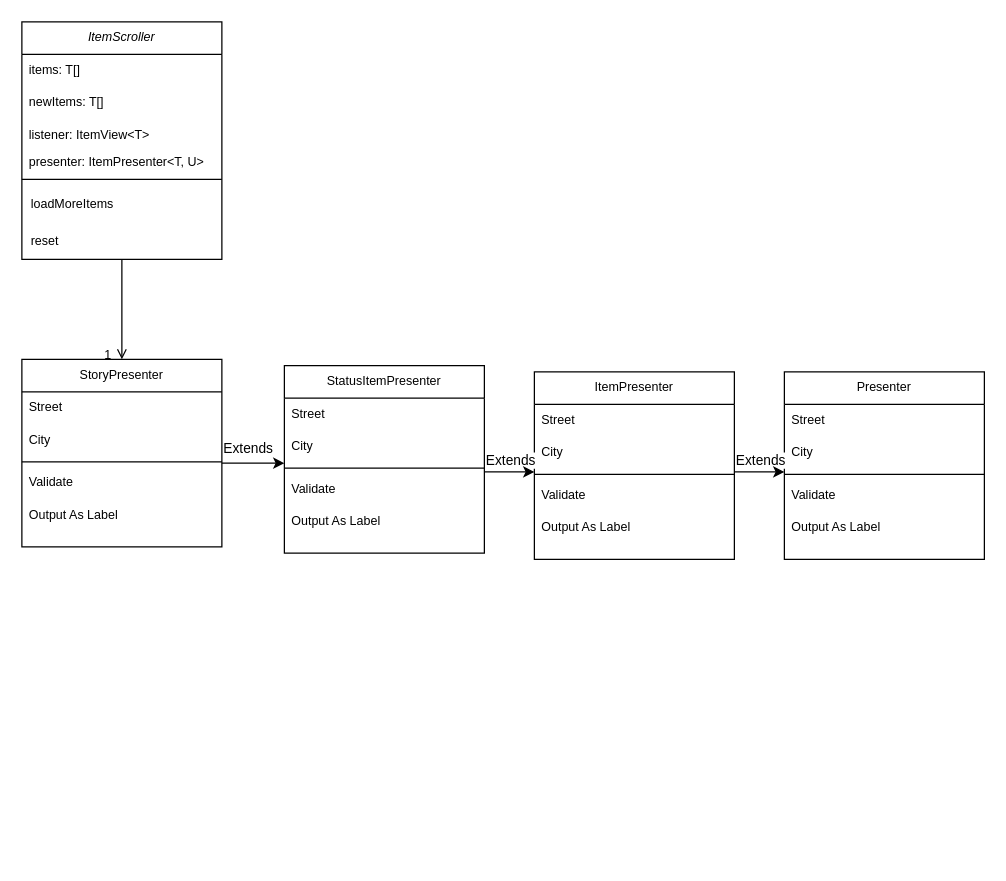
Earlier version of the draw.io diagram tweeter-web-starter/tweeter-web/Untitled Diagram.drawio (krewdreele/tweeter). Source tidied: cells renumbered, new cells numbered last; positions are measured from the earlier drawing's top-left corner, leaving out a move shared by most shapes. Both pictures are drawn from the tidied source at 125%, with x=0, y=0 at pixel (21, 21).
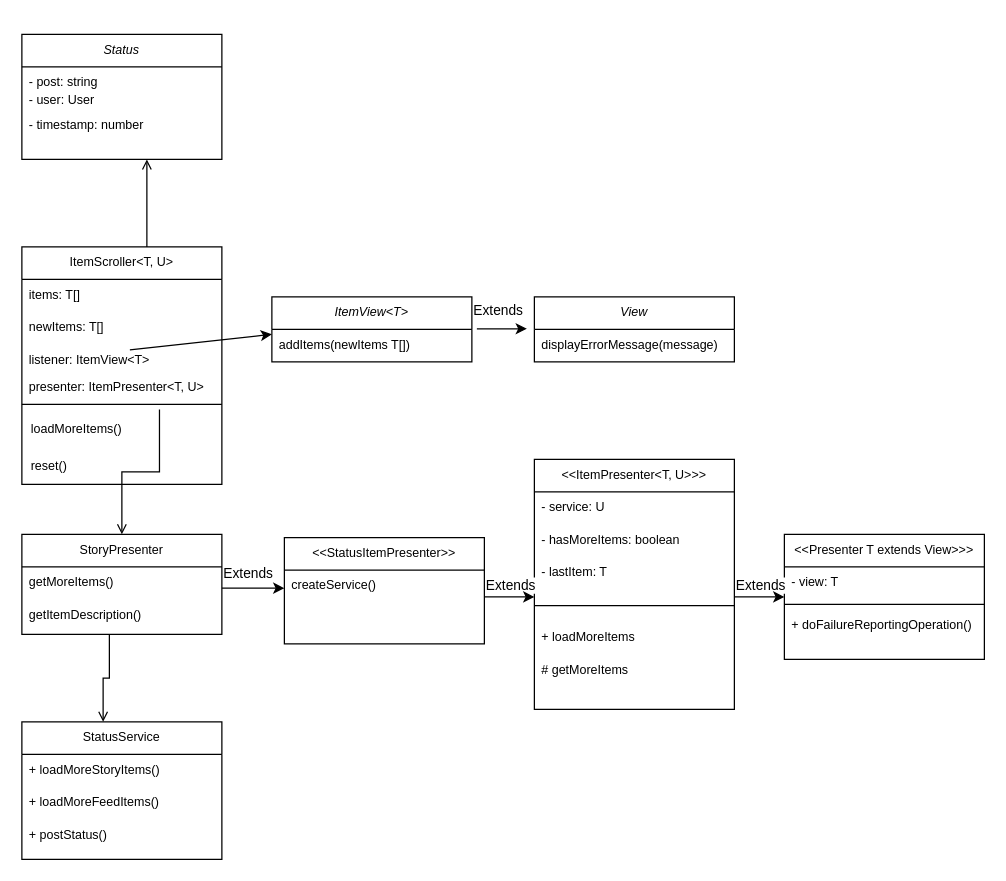
After the change.

The change refers to these unchanged cells:
```xml
<mxCell id="5" value="listener: ItemView&lt;T&gt;" style="text;align=left;verticalAlign=top;spacingLeft=4;spacingRight=4;overflow=hidden;points=[[0,0.5],[1,0.5]];portConstraint=eastwest;rounded=0;shadow=0;html=0;fontSize=10;" parent="2" vertex="1">
  <mxGeometry y="78" width="160" height="22" as="geometry" />
</mxCell>
<mxCell id="7" style="line;html=1;strokeWidth=1;align=left;verticalAlign=middle;spacingTop=-1;spacingLeft=3;spacingRight=3;labelPosition=right;points=[];portConstraint=eastwest;fontSize=10;" parent="2" vertex="1">
  <mxGeometry y="122" width="160" height="8" as="geometry" />
</mxCell>
```

The edit, as a diff of the source:
```diff
@@
-    <mxCell id="2" value="ItemScroller" style="swimlane;fontStyle=2;align=center;verticalAlign=top;horizontal=1;startSize=26;rounded=0;shadow=0;strokeWidth=1;fontSize=10;" parent="1" vertex="1">
-      <mxGeometry width="160" height="190" as="geometry" />
+    <mxCell id="2" value="ItemScroller&lt;T, U&gt;" style="swimlane;fontStyle=0;align=center;verticalAlign=top;horizontal=1;startSize=26;rounded=0;shadow=0;strokeWidth=1;fontSize=10;" parent="1" vertex="1">
+      <mxGeometry y="180" width="160" height="190" as="geometry" />
     </mxCell>
@@
-    <mxCell id="8" value="&amp;nbsp; loadMoreItems" style="text;html=1;align=left;verticalAlign=middle;strokeColor=none;fillColor=none;fontSize=10;" parent="2" vertex="1">
+    <mxCell id="8" value="&amp;nbsp; loadMoreItems()" style="text;html=1;align=left;verticalAlign=middle;strokeColor=none;fillColor=none;fontSize=10;" parent="2" vertex="1">
       <mxGeometry y="130" width="160" height="30" as="geometry" />
     </mxCell>
-    <mxCell id="9" value="&amp;nbsp; reset" style="text;html=1;align=left;verticalAlign=middle;strokeColor=none;fillColor=none;fontSize=10;" parent="2" vertex="1">
+    <mxCell id="9" value="&amp;nbsp; reset()" style="text;html=1;align=left;verticalAlign=middle;strokeColor=none;fillColor=none;fontSize=10;" parent="2" vertex="1">
       <mxGeometry y="160" width="160" height="30" as="geometry" />
     </mxCell>
     <mxCell id="10" value="StoryPresenter" style="swimlane;fontStyle=0;align=center;verticalAlign=top;horizontal=1;startSize=26;rounded=0;shadow=0;strokeWidth=1;fontSize=10;" parent="1" vertex="1">
-      <mxGeometry y="270" width="160" height="150" as="geometry" />
+      <mxGeometry y="410" width="160" height="80" as="geometry" />
     </mxCell>
-    <mxCell id="11" value="Street" style="text;align=left;verticalAlign=top;spacingLeft=4;spacingRight=4;overflow=hidden;fontSize=10;" parent="10" vertex="1">
+    <mxCell id="11" value="getMoreItems()" style="text;align=left;verticalAlign=top;spacingLeft=4;spacingRight=4;overflow=hidden;fontSize=10;" parent="10" vertex="1">
       <mxGeometry y="26" width="160" height="26" as="geometry" />
     </mxCell>
-    <mxCell id="12" value="City" style="text;align=left;verticalAlign=top;spacingLeft=4;spacingRight=4;overflow=hidden;rounded=0;shadow=0;html=0;fontSize=10;" parent="10" vertex="1">
+    <mxCell id="12" value="getItemDescription()" style="text;align=left;verticalAlign=top;spacingLeft=4;spacingRight=4;overflow=hidden;rounded=0;shadow=0;html=0;fontSize=10;" parent="10" vertex="1">
       <mxGeometry y="52" width="160" height="26" as="geometry" />
     </mxCell>
-    <mxCell id="13" style="line;html=1;strokeWidth=1;align=left;verticalAlign=middle;spacingTop=-1;spacingLeft=3;spacingRight=3;labelPosition=right;fontSize=10;" parent="10" vertex="1">
-      <mxGeometry y="78" width="160" height="8" as="geometry" />
-    </mxCell>
-    <mxCell id="14" value="Validate" style="text;align=left;verticalAlign=top;spacingLeft=4;spacingRight=4;overflow=hidden;fontSize=10;" parent="10" vertex="1">
-      <mxGeometry y="86" width="160" height="26" as="geometry" />
-    </mxCell>
-    <mxCell id="15" value="Output As Label" style="text;align=left;verticalAlign=top;spacingLeft=4;spacingRight=4;overflow=hidden;fontSize=10;" parent="10" vertex="1">
-      <mxGeometry y="112" width="160" height="26" as="geometry" />
-    </mxCell>
-    <mxCell id="16" style="endArrow=open;shadow=0;strokeWidth=1;rounded=0;curved=0;endFill=1;edgeStyle=elbowEdgeStyle;elbow=vertical;fontSize=10;" parent="1" edge="1" source="2" target="10">
+    <mxCell id="16" style="endArrow=open;shadow=0;strokeWidth=1;rounded=0;curved=0;endFill=1;edgeStyle=elbowEdgeStyle;elbow=vertical;fontSize=10;exitX=0.688;exitY=1;exitDx=0;exitDy=0;exitPerimeter=0;" parent="1" edge="1" source="7" target="10">
       <mxGeometry x="0.5" y="41" relative="1" as="geometry">
         <mxPoint x="-40" y="32" as="offset" />
       </mxGeometry>
     </mxCell>
-    <mxCell id="17" value="1" style="align=right;verticalAlign=bottom;labelBackgroundColor=none;fontSize=10;" parent="16" vertex="1">
-      <mxGeometry x="1" relative="1" as="geometry">
-        <mxPoint x="-7" y="4" as="offset" />
-      </mxGeometry>
-    </mxCell>
-    <mxCell id="18" value="StatusItemPresenter" style="swimlane;fontStyle=0;align=center;verticalAlign=top;horizontal=1;startSize=26;rounded=0;shadow=0;strokeWidth=1;fontSize=10;" parent="1" vertex="1">
-      <mxGeometry x="210" y="275" width="160" height="150" as="geometry" />
+    <mxCell id="18" value="&lt;&lt;StatusItemPresenter&gt;&gt;" style="swimlane;fontStyle=0;align=center;verticalAlign=top;horizontal=1;startSize=26;rounded=0;shadow=0;strokeWidth=1;fontSize=10;" parent="1" vertex="1">
+      <mxGeometry x="210" y="412.5" width="160" height="85" as="geometry" />
     </mxCell>
-    <mxCell id="19" value="Street" style="text;align=left;verticalAlign=top;spacingLeft=4;spacingRight=4;overflow=hidden;fontSize=10;" parent="18" vertex="1">
+    <mxCell id="19" value="createService()" style="text;align=left;verticalAlign=top;spacingLeft=4;spacingRight=4;overflow=hidden;fontSize=10;" parent="18" vertex="1">
       <mxGeometry y="26" width="160" height="26" as="geometry" />
     </mxCell>
-    <mxCell id="20" value="City" style="text;align=left;verticalAlign=top;spacingLeft=4;spacingRight=4;overflow=hidden;rounded=0;shadow=0;html=0;fontSize=10;" parent="18" vertex="1">
-      <mxGeometry y="52" width="160" height="26" as="geometry" />
-    </mxCell>
-    <mxCell id="21" style="line;html=1;strokeWidth=1;align=left;verticalAlign=middle;spacingTop=-1;spacingLeft=3;spacingRight=3;labelPosition=right;fontSize=10;" parent="18" vertex="1">
-      <mxGeometry y="78" width="160" height="8" as="geometry" />
-    </mxCell>
-    <mxCell id="22" value="Validate" style="text;align=left;verticalAlign=top;spacingLeft=4;spacingRight=4;overflow=hidden;fontSize=10;" parent="18" vertex="1">
-      <mxGeometry y="86" width="160" height="26" as="geometry" />
-    </mxCell>
-    <mxCell id="23" value="Output As Label" style="text;align=left;verticalAlign=top;spacingLeft=4;spacingRight=4;overflow=hidden;fontSize=10;" parent="18" vertex="1">
-      <mxGeometry y="112" width="160" height="26" as="geometry" />
-    </mxCell>
-    <mxCell id="24" value="ItemPresenter" style="swimlane;fontStyle=0;align=center;verticalAlign=top;horizontal=1;startSize=26;rounded=0;shadow=0;strokeWidth=1;fontSize=10;" parent="1" vertex="1">
-      <mxGeometry x="410" y="280" width="160" height="150" as="geometry" />
+    <mxCell id="24" value="&lt;&lt;ItemPresenter&lt;T, U&gt;&gt;&gt;" style="swimlane;fontStyle=0;align=center;verticalAlign=top;horizontal=1;startSize=26;rounded=0;shadow=0;strokeWidth=1;fontSize=10;" parent="1" vertex="1">
+      <mxGeometry x="410" y="350" width="160" height="200" as="geometry" />
     </mxCell>
-    <mxCell id="25" value="Street" style="text;align=left;verticalAlign=top;spacingLeft=4;spacingRight=4;overflow=hidden;fontSize=10;" parent="24" vertex="1">
+    <mxCell id="25" value="- service: U" style="text;align=left;verticalAlign=top;spacingLeft=4;spacingRight=4;overflow=hidden;fontSize=10;" parent="24" vertex="1">
       <mxGeometry y="26" width="160" height="26" as="geometry" />
     </mxCell>
-    <mxCell id="26" value="City" style="text;align=left;verticalAlign=top;spacingLeft=4;spacingRight=4;overflow=hidden;rounded=0;shadow=0;html=0;fontSize=10;" parent="24" vertex="1">
+    <mxCell id="26" value="- hasMoreItems: boolean" style="text;align=left;verticalAlign=top;spacingLeft=4;spacingRight=4;overflow=hidden;rounded=0;shadow=0;html=0;fontSize=10;" parent="24" vertex="1">
       <mxGeometry y="52" width="160" height="26" as="geometry" />
     </mxCell>
+    <mxCell id="42" value="- lastItem: T" style="text;align=left;verticalAlign=top;spacingLeft=4;spacingRight=4;overflow=hidden;rounded=0;shadow=0;html=0;fontSize=10;" parent="24" vertex="1">
+      <mxGeometry y="78" width="160" height="26" as="geometry" />
+    </mxCell>
     <mxCell id="27" style="line;html=1;strokeWidth=1;align=left;verticalAlign=middle;spacingTop=-1;spacingLeft=3;spacingRight=3;labelPosition=right;fontSize=10;" parent="24" vertex="1">
-      <mxGeometry y="78" width="160" height="8" as="geometry" />
+      <mxGeometry y="104" width="160" height="26" as="geometry" />
     </mxCell>
-    <mxCell id="28" value="Validate" style="text;align=left;verticalAlign=top;spacingLeft=4;spacingRight=4;overflow=hidden;fontSize=10;" parent="24" vertex="1">
-      <mxGeometry y="86" width="160" height="26" as="geometry" />
+    <mxCell id="28" value="+ loadMoreItems" style="text;align=left;verticalAlign=top;spacingLeft=4;spacingRight=4;overflow=hidden;fontSize=10;" parent="24" vertex="1">
+      <mxGeometry y="130" width="160" height="26" as="geometry" />
     </mxCell>
-    <mxCell id="29" value="Output As Label" style="text;align=left;verticalAlign=top;spacingLeft=4;spacingRight=4;overflow=hidden;fontSize=10;" parent="24" vertex="1">
-      <mxGeometry y="112" width="160" height="26" as="geometry" />
+    <mxCell id="29" value="# getMoreItems" style="text;align=left;verticalAlign=top;spacingLeft=4;spacingRight=4;overflow=hidden;fontSize=10;" parent="24" vertex="1">
+      <mxGeometry y="156" width="160" height="26" as="geometry" />
     </mxCell>
     <mxCell id="30" value="Extends" style="edgeLabel;html=1;align=center;verticalAlign=middle;" parent="1" vertex="1">
-      <mxGeometry x="390" y="350" as="geometry" />
+      <mxGeometry x="390" y="450" as="geometry" />
     </mxCell>
     <mxCell id="31" style="endArrow=classic;html=1;rounded=0;" parent="1" edge="1">
       <mxGeometry relative="1" as="geometry">
-        <mxPoint x="370" y="360" as="sourcePoint" />
-        <mxPoint x="410" y="360" as="targetPoint" />
+        <mxPoint x="370" y="460" as="sourcePoint" />
+        <mxPoint x="410" y="460" as="targetPoint" />
       </mxGeometry>
     </mxCell>
-    <mxCell id="32" value="Presenter" style="swimlane;fontStyle=0;align=center;verticalAlign=top;horizontal=1;startSize=26;rounded=0;shadow=0;strokeWidth=1;fontSize=10;" parent="1" vertex="1">
-      <mxGeometry x="610" y="280" width="160" height="150" as="geometry" />
+    <mxCell id="32" value="&lt;&lt;Presenter T extends View&gt;&gt;&gt;" style="swimlane;fontStyle=0;align=center;verticalAlign=top;horizontal=1;startSize=26;rounded=0;shadow=0;strokeWidth=1;fontSize=10;" parent="1" vertex="1">
+      <mxGeometry x="610" y="410" width="160" height="100" as="geometry" />
     </mxCell>
-    <mxCell id="33" value="Street" style="text;align=left;verticalAlign=top;spacingLeft=4;spacingRight=4;overflow=hidden;fontSize=10;" parent="32" vertex="1">
+    <mxCell id="33" value="- view: T" style="text;align=left;verticalAlign=top;spacingLeft=4;spacingRight=4;overflow=hidden;fontSize=10;" parent="32" vertex="1">
       <mxGeometry y="26" width="160" height="26" as="geometry" />
     </mxCell>
-    <mxCell id="34" value="City" style="text;align=left;verticalAlign=top;spacingLeft=4;spacingRight=4;overflow=hidden;rounded=0;shadow=0;html=0;fontSize=10;" parent="32" vertex="1">
-      <mxGeometry y="52" width="160" height="26" as="geometry" />
-    </mxCell>
     <mxCell id="35" style="line;html=1;strokeWidth=1;align=left;verticalAlign=middle;spacingTop=-1;spacingLeft=3;spacingRight=3;labelPosition=right;fontSize=10;" parent="32" vertex="1">
-      <mxGeometry y="78" width="160" height="8" as="geometry" />
+      <mxGeometry y="52" width="160" height="8" as="geometry" />
     </mxCell>
-    <mxCell id="36" value="Validate" style="text;align=left;verticalAlign=top;spacingLeft=4;spacingRight=4;overflow=hidden;fontSize=10;" parent="32" vertex="1">
-      <mxGeometry y="86" width="160" height="26" as="geometry" />
+    <mxCell id="36" value="+ doFailureReportingOperation()" style="text;align=left;verticalAlign=top;spacingLeft=4;spacingRight=4;overflow=hidden;fontSize=10;" parent="32" vertex="1">
+      <mxGeometry y="60" width="160" height="26" as="geometry" />
     </mxCell>
-    <mxCell id="37" value="Output As Label" style="text;align=left;verticalAlign=top;spacingLeft=4;spacingRight=4;overflow=hidden;fontSize=10;" parent="32" vertex="1">
-      <mxGeometry y="112" width="160" height="26" as="geometry" />
-    </mxCell>
     <mxCell id="38" value="Extends" style="edgeLabel;html=1;align=center;verticalAlign=middle;" parent="1" vertex="1">
-      <mxGeometry x="590" y="350" as="geometry" />
+      <mxGeometry x="590" y="450" as="geometry" />
     </mxCell>
     <mxCell id="39" style="endArrow=classic;html=1;rounded=0;exitX=0.113;exitY=0.977;exitDx=0;exitDy=0;exitPerimeter=0;" parent="1" edge="1">
       <mxGeometry relative="1" as="geometry">
-        <mxPoint x="160" y="353" as="sourcePoint" />
-        <mxPoint x="210" y="353" as="targetPoint" />
+        <mxPoint x="160" y="453" as="sourcePoint" />
+        <mxPoint x="210" y="453" as="targetPoint" />
       </mxGeometry>
     </mxCell>
     <mxCell id="40" value="Extends" style="edgeLabel;html=1;align=center;verticalAlign=middle;" parent="1" vertex="1">
-      <mxGeometry x="180" y="340" as="geometry" />
+      <mxGeometry x="180" y="440" as="geometry" />
     </mxCell>
     <mxCell id="41" style="endArrow=classic;html=1;rounded=0;" parent="1" edge="1">
       <mxGeometry relative="1" as="geometry">
-        <mxPoint x="570" y="360" as="sourcePoint" />
-        <mxPoint x="610" y="360" as="targetPoint" />
+        <mxPoint x="570" y="460" as="sourcePoint" />
+        <mxPoint x="610" y="460" as="targetPoint" />
       </mxGeometry>
     </mxCell>
+    <mxCell id="43" value="ItemView&lt;T&gt;" style="swimlane;fontStyle=2;align=center;verticalAlign=top;horizontal=1;startSize=26;rounded=0;shadow=0;strokeWidth=1;fontSize=10;" parent="1" vertex="1">
+      <mxGeometry x="200" y="220" width="160" height="52" as="geometry" />
+    </mxCell>
+    <mxCell id="44" value="addItems(newItems T[])" style="text;align=left;verticalAlign=top;spacingLeft=4;spacingRight=4;overflow=hidden;fontSize=10;" parent="43" vertex="1">
+      <mxGeometry y="26" width="160" height="26" as="geometry" />
+    </mxCell>
+    <mxCell id="45" style="endArrow=classic;html=1;rounded=0;exitX=0.54;exitY=0.2;exitDx=0;exitDy=0;exitPerimeter=0;" parent="1" edge="1" source="5">
+      <mxGeometry relative="1" as="geometry">
+        <mxPoint x="200" y="250" as="targetPoint" />
+      </mxGeometry>
+    </mxCell>
+    <mxCell id="46" value="View" style="swimlane;fontStyle=2;align=center;verticalAlign=top;horizontal=1;startSize=26;rounded=0;shadow=0;strokeWidth=1;fontSize=10;" parent="1" vertex="1">
+      <mxGeometry x="410" y="220" width="160" height="52" as="geometry" />
+    </mxCell>
+    <mxCell id="47" value="displayErrorMessage(message)" style="text;align=left;verticalAlign=top;spacingLeft=4;spacingRight=4;overflow=hidden;fontSize=10;" parent="46" vertex="1">
+      <mxGeometry y="26" width="160" height="26" as="geometry" />
+    </mxCell>
+    <mxCell id="48" style="endArrow=classic;html=1;rounded=0;exitX=1;exitY=0.692;exitDx=0;exitDy=0;exitPerimeter=0;" parent="1" edge="1">
+      <mxGeometry relative="1" as="geometry">
+        <mxPoint x="364" y="245.5" as="sourcePoint" />
+        <mxPoint x="404" y="245.5" as="targetPoint" />
+      </mxGeometry>
+    </mxCell>
+    <mxCell id="49" value="Status" style="swimlane;fontStyle=2;align=center;verticalAlign=top;horizontal=1;startSize=26;rounded=0;shadow=0;strokeWidth=1;fontSize=10;" parent="1" vertex="1">
+      <mxGeometry y="10" width="160" height="100" as="geometry" />
+    </mxCell>
+    <mxCell id="50" value="- post: string" style="text;align=left;verticalAlign=top;spacingLeft=4;spacingRight=4;overflow=hidden;fontSize=10;" parent="49" vertex="1">
+      <mxGeometry y="26" width="160" height="14" as="geometry" />
+    </mxCell>
+    <mxCell id="51" value="- user: User" style="text;align=left;verticalAlign=top;spacingLeft=4;spacingRight=4;overflow=hidden;fontSize=10;" parent="49" vertex="1">
+      <mxGeometry y="40" width="160" height="20" as="geometry" />
+    </mxCell>
+    <mxCell id="52" value="- timestamp: number" style="text;align=left;verticalAlign=top;spacingLeft=4;spacingRight=4;overflow=hidden;fontSize=10;" parent="49" vertex="1">
+      <mxGeometry y="60" width="160" height="20" as="geometry" />
+    </mxCell>
+    <mxCell id="53" value="StatusService" style="swimlane;fontStyle=0;align=center;verticalAlign=top;horizontal=1;startSize=26;rounded=0;shadow=0;strokeWidth=1;fontSize=10;" parent="1" vertex="1">
+      <mxGeometry y="560" width="160" height="110" as="geometry" />
+    </mxCell>
+    <mxCell id="54" value="+ loadMoreStoryItems()" style="text;align=left;verticalAlign=top;spacingLeft=4;spacingRight=4;overflow=hidden;fontSize=10;" parent="53" vertex="1">
+      <mxGeometry y="26" width="160" height="26" as="geometry" />
+    </mxCell>
+    <mxCell id="55" value="+ loadMoreFeedItems()" style="text;align=left;verticalAlign=top;spacingLeft=4;spacingRight=4;overflow=hidden;fontSize=10;" parent="53" vertex="1">
+      <mxGeometry y="52" width="160" height="26" as="geometry" />
+    </mxCell>
+    <mxCell id="56" value="+ postStatus()" style="text;align=left;verticalAlign=top;spacingLeft=4;spacingRight=4;overflow=hidden;fontSize=10;" parent="53" vertex="1">
+      <mxGeometry y="78" width="160" height="26" as="geometry" />
+    </mxCell>
+    <mxCell id="57" style="endArrow=open;shadow=0;strokeWidth=1;rounded=0;curved=0;endFill=1;edgeStyle=elbowEdgeStyle;elbow=vertical;fontSize=10;" parent="1" edge="1">
+      <mxGeometry x="0.5" y="41" relative="1" as="geometry">
+        <mxPoint x="70" y="490" as="sourcePoint" />
+        <mxPoint x="65" y="560" as="targetPoint" />
+        <mxPoint x="-40" y="32" as="offset" />
+      </mxGeometry>
+    </mxCell>
+    <mxCell id="58" style="endArrow=open;shadow=0;strokeWidth=1;rounded=0;curved=0;endFill=1;edgeStyle=elbowEdgeStyle;elbow=vertical;fontSize=10;exitX=0.625;exitY=0;exitDx=0;exitDy=0;exitPerimeter=0;" parent="1" edge="1" source="2">
+      <mxGeometry x="0.5" y="41" relative="1" as="geometry">
+        <mxPoint x="100" y="110" as="targetPoint" />
+        <mxPoint x="-40" y="32" as="offset" />
+      </mxGeometry>
+    </mxCell>
+    <mxCell id="59" value="Extends" style="edgeLabel;html=1;align=center;verticalAlign=middle;" parent="1" vertex="1">
+      <mxGeometry x="380" y="230" as="geometry" />
+    </mxCell>
```
